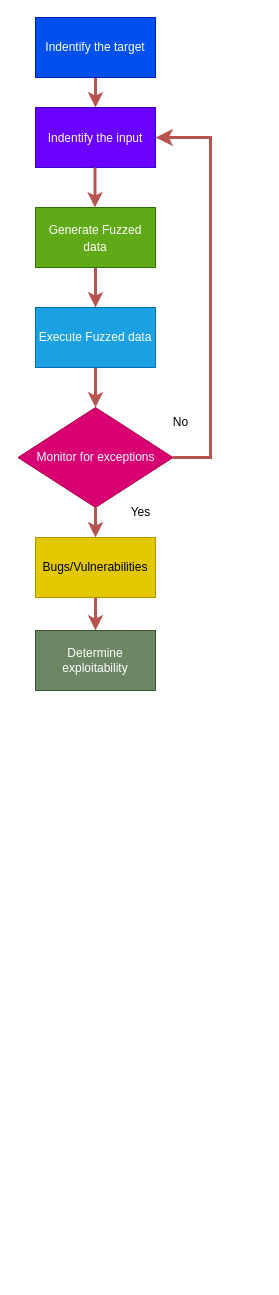
Before: drawio/fuzzy_testing_phases.drawio in 007bsd/metropolia-thesis-latex, a draw.io diagram. Source tidied: cells renumbered, new cells numbered last; positions are measured from the earlier drawing's top-left corner, leaving out a move shared by most shapes. Both pictures are drawn from the tidied source at 100%, with x=0, y=0 at pixel (17, 17).
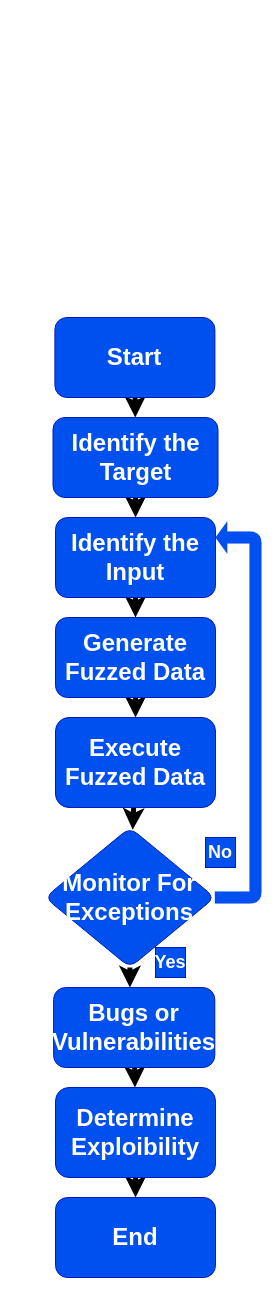
The same diagram, later.

The edit, as a diff of the source:
```diff
@@
-<mxGraphModel background="#ffffff">
+<mxGraphModel>
@@
-    <mxCell id="2" style="edgeStyle=none;html=1;strokeWidth=3;fontSize=12;fillColor=#f8cecc;gradientColor=#ea6b66;strokeColor=#b85450;" parent="1" edge="1" source="3" target="4">
-      <mxGeometry relative="1" as="geometry" />
-    </mxCell>
+    <mxCell id="4" style="edgeStyle=none;html=1;fontSize=18;strokeWidth=5;" parent="1" edge="1" source="18" target="3">
+      <mxGeometry relative="1" as="geometry" />
+    </mxCell>
+    <mxCell id="18" value="&lt;font style=&quot;font-size: 24px;&quot;&gt;&lt;b style=&quot;&quot;&gt;Start&lt;/b&gt;&lt;/font&gt;" style="rounded=1;whiteSpace=wrap;html=1;fillColor=#0050ef;fontColor=#ffffff;strokeColor=#001DBC;" parent="1" vertex="1">
+      <mxGeometry x="37.4" y="300" width="160" height="80" as="geometry" />
+    </mxCell>
+    <mxCell id="19" style="edgeStyle=none;html=1;strokeWidth=5;fontSize=18;" parent="1" edge="1" source="3" target="21">
+      <mxGeometry relative="1" as="geometry" />
+    </mxCell>
-    <mxCell id="3" value="&lt;p&gt;&lt;font style=&quot;font-size: 12px;&quot;&gt;Indentify the target&lt;/font&gt;&lt;/p&gt;" style="rounded=0;whiteSpace=wrap;html=1;fillColor=#0050ef;fontColor=#ffffff;strokeColor=#001DBC;" parent="1" vertex="1">
-      <mxGeometry x="18" width="120" height="60" as="geometry" />
+    <mxCell id="3" value="&lt;font style=&quot;font-size: 24px;&quot;&gt;&lt;b style=&quot;&quot;&gt;Identify the Target&lt;/b&gt;&lt;/font&gt;" style="whiteSpace=wrap;html=1;fillColor=#0050ef;strokeColor=#001DBC;fontColor=#ffffff;rounded=1;" parent="1" vertex="1">
+      <mxGeometry x="35.5" y="400" width="165" height="80" as="geometry" />
     </mxCell>
-    <mxCell id="4" value="&lt;h3&gt;&lt;span style=&quot;font-size: 12px; font-weight: 400;&quot;&gt;Indentify the input&lt;/span&gt;&lt;br&gt;&lt;/h3&gt;" style="rounded=0;whiteSpace=wrap;html=1;fillColor=#6a00ff;fontColor=#ffffff;strokeColor=#3700CC;" parent="1" vertex="1">
-      <mxGeometry x="18" y="90" width="120" height="60" as="geometry" />
-    </mxCell>
-    <mxCell id="5" style="edgeStyle=none;html=1;strokeWidth=3;fontSize=12;fillColor=#f8cecc;gradientColor=#ea6b66;strokeColor=#b85450;" parent="1" edge="1" source="6" target="9">
-      <mxGeometry relative="1" as="geometry">
-        <Array as="points">
-          <mxPoint x="78" y="268" />
-        </Array>
-      </mxGeometry>
-    </mxCell>
+    <mxCell id="20" style="edgeStyle=none;html=1;strokeWidth=5;fontSize=18;" parent="1" edge="1" source="21" target="23">
+      <mxGeometry relative="1" as="geometry" />
+    </mxCell>
+    <mxCell id="21" value="&lt;font style=&quot;font-size: 24px;&quot;&gt;&lt;b style=&quot;&quot;&gt;Identify the Input&lt;/b&gt;&lt;/font&gt;" style="whiteSpace=wrap;html=1;fillColor=#0050ef;strokeColor=#001DBC;fontColor=#ffffff;rounded=1;fontSize=18;" parent="1" vertex="1">
+      <mxGeometry x="38" y="500" width="160" height="80" as="geometry" />
+    </mxCell>
+    <mxCell id="22" style="edgeStyle=none;html=1;strokeWidth=5;fontSize=18;" parent="1" edge="1" source="23" target="25">
+      <mxGeometry relative="1" as="geometry" />
+    </mxCell>
+    <mxCell id="23" value="&lt;b&gt;&lt;font style=&quot;font-size: 24px;&quot;&gt;Generate Fuzzed Data&lt;/font&gt;&lt;/b&gt;" style="whiteSpace=wrap;html=1;fontSize=18;fillColor=#0050ef;strokeColor=#001DBC;fontColor=#ffffff;rounded=1;" parent="1" vertex="1">
+      <mxGeometry x="38" y="600" width="160" height="80" as="geometry" />
+    </mxCell>
+    <mxCell id="24" style="edgeStyle=none;html=1;strokeWidth=5;fontSize=18;" parent="1" edge="1" source="25" target="6">
+      <mxGeometry relative="1" as="geometry" />
+    </mxCell>
+    <mxCell id="25" value="&lt;b&gt;&lt;font style=&quot;font-size: 24px;&quot;&gt;Execute Fuzzed Data&lt;/font&gt;&lt;/b&gt;" style="whiteSpace=wrap;html=1;fontSize=18;fillColor=#0050ef;strokeColor=#001DBC;fontColor=#ffffff;rounded=1;" parent="1" vertex="1">
+      <mxGeometry x="38" y="700" width="160" height="90" as="geometry" />
+    </mxCell>
+    <mxCell id="12" style="edgeStyle=elbowEdgeStyle;shape=flexArrow;elbow=vertical;html=1;exitX=1;exitY=0.5;exitDx=0;exitDy=0;strokeWidth=0;fontSize=18;entryX=1;entryY=0.25;entryDx=0;entryDy=0;fillColor=#0050ef;strokeColor=#001DBC;width=12;endSize=3.9;" parent="1" edge="1" source="6" target="21">
+      <mxGeometry relative="1" as="geometry">
+        <Array as="points">
+          <mxPoint x="238" y="520" />
+          <mxPoint x="238" y="530" />
+          <mxPoint x="248" y="610" />
+          <mxPoint x="208" y="520" />
+          <mxPoint x="238" y="830" />
+          <mxPoint x="328" y="660" />
+        </Array>
+      </mxGeometry>
+    </mxCell>
+    <mxCell id="26" style="edgeStyle=elbowEdgeStyle;elbow=vertical;html=1;strokeWidth=5;fontSize=18;" parent="1" edge="1" source="6" target="16">
+      <mxGeometry relative="1" as="geometry">
+        <Array as="points">
+          <mxPoint x="123" y="910" />
+        </Array>
+      </mxGeometry>
+    </mxCell>
-    <mxCell id="6" value="&lt;h3&gt;&lt;span style=&quot;font-size: 12px; font-weight: 400;&quot;&gt;Generate Fuzzed data&lt;/span&gt;&lt;br&gt;&lt;/h3&gt;" style="rounded=0;whiteSpace=wrap;html=1;fillColor=#60a917;fontColor=#ffffff;strokeColor=#2D7600;" parent="1" vertex="1">
-      <mxGeometry x="18" y="190" width="120" height="60" as="geometry" />
+    <mxCell id="6" value="&lt;b&gt;&lt;font style=&quot;font-size: 24px;&quot;&gt;Monitor For Exceptions&lt;/font&gt;&lt;/b&gt;" style="rhombus;whiteSpace=wrap;html=1;fontSize=18;fillColor=#0050ef;strokeColor=#001DBC;fontColor=#ffffff;rounded=1;" parent="1" vertex="1">
+      <mxGeometry x="27.4" y="810" width="170" height="140" as="geometry" />
     </mxCell>
-    <mxCell id="7" style="edgeStyle=none;html=1;strokeWidth=3;fontSize=12;fillColor=#f8cecc;gradientColor=#ea6b66;strokeColor=#b85450;" parent="1" edge="1">
-      <mxGeometry relative="1" as="geometry">
-        <mxPoint x="77.5" y="150" as="sourcePoint" />
-        <mxPoint x="77.5" y="190" as="targetPoint" />
-      </mxGeometry>
-    </mxCell>
-    <mxCell id="8" style="edgeStyle=none;html=1;strokeWidth=3;fontSize=12;fillColor=#f8cecc;gradientColor=#ea6b66;strokeColor=#b85450;" parent="1" edge="1" source="9">
-      <mxGeometry relative="1" as="geometry">
-        <mxPoint x="78" y="390" as="targetPoint" />
-      </mxGeometry>
-    </mxCell>
-    <mxCell id="9" value="Execute Fuzzed data" style="whiteSpace=wrap;html=1;rounded=0;fillColor=#1ba1e2;fontColor=#ffffff;strokeColor=#006EAF;" parent="1" vertex="1">
-      <mxGeometry x="18" y="290" width="120" height="60" as="geometry" />
-    </mxCell>
-    <mxCell id="10" style="edgeStyle=none;html=1;strokeWidth=3;fontSize=12;fillColor=#f8cecc;gradientColor=#ea6b66;strokeColor=#b85450;" parent="1" edge="1" source="11" target="13">
-      <mxGeometry relative="1" as="geometry" />
-    </mxCell>
-    <mxCell id="11" value="Monitor for exceptions" style="rhombus;whiteSpace=wrap;html=1;rounded=0;fillColor=#d80073;fontColor=#ffffff;strokeColor=#A50040;" parent="1" vertex="1">
-      <mxGeometry x="0.5" y="390" width="155" height="100" as="geometry" />
-    </mxCell>
-    <mxCell id="12" style="edgeStyle=none;html=1;strokeWidth=3;fontSize=12;fillColor=#f8cecc;gradientColor=#ea6b66;strokeColor=#b85450;" parent="1" edge="1" source="13" target="14">
-      <mxGeometry relative="1" as="geometry" />
-    </mxCell>
-    <mxCell id="13" value="Bugs/Vulnerabilities" style="whiteSpace=wrap;html=1;rounded=0;fontSize=12;fillColor=#e3c800;fontColor=#000000;strokeColor=#B09500;" parent="1" vertex="1">
-      <mxGeometry x="18" y="520" width="120" height="60" as="geometry" />
-    </mxCell>
-    <mxCell id="14" value="Determine exploitability" style="whiteSpace=wrap;html=1;rounded=0;fillColor=#6d8764;fontColor=#ffffff;strokeColor=#3A5431;" parent="1" vertex="1">
-      <mxGeometry x="18" y="613" width="120" height="60" as="geometry" />
-    </mxCell>
-    <mxCell id="15" value="Yes" style="text;html=1;align=center;verticalAlign=middle;strokeColor=none;fillColor=none;fontSize=12;" parent="1" vertex="1">
-      <mxGeometry x="103" y="480" width="40" height="30" as="geometry" />
+    <mxCell id="15" value="&lt;b&gt;Yes&lt;/b&gt;" style="whiteSpace=wrap;html=1;fontSize=18;fillColor=#0050ef;fontColor=#ffffff;strokeColor=#001DBC;" parent="1" vertex="1">
+      <mxGeometry x="138" y="930" width="30" height="30" as="geometry" />
     </mxCell>
+    <mxCell id="17" value="&lt;b&gt;No&lt;/b&gt;" style="whiteSpace=wrap;html=1;fontSize=18;fillColor=#0050ef;fontColor=#ffffff;strokeColor=#001DBC;" parent="1" vertex="1">
+      <mxGeometry x="188" y="820" width="30" height="30" as="geometry" />
+    </mxCell>
+    <mxCell id="27" style="edgeStyle=none;html=1;strokeWidth=5;" parent="1" edge="1" source="16" target="29">
+      <mxGeometry relative="1" as="geometry" />
+    </mxCell>
-    <mxCell id="16" style="edgeStyle=elbowEdgeStyle;elbow=horizontal;endArrow=classic;html=1;curved=0;rounded=0;endSize=8;startSize=8;strokeWidth=3;fontSize=12;exitX=1;exitY=0.5;exitDx=0;exitDy=0;fillColor=#f8cecc;gradientColor=#ea6b66;strokeColor=#b85450;" parent="1" edge="1" source="11" target="4">
-      <mxGeometry relative="1" as="geometry">
-        <Array as="points">
-          <mxPoint x="193" y="443" />
-          <mxPoint x="218" y="441" />
-          <mxPoint x="218" y="270" />
-        </Array>
-      </mxGeometry>
+    <mxCell id="16" value="&lt;b&gt;&lt;font style=&quot;font-size: 24px;&quot;&gt;Bugs or Vulnerabilities&lt;/font&gt;&lt;/b&gt;" style="whiteSpace=wrap;html=1;fontSize=18;fillColor=#0050ef;strokeColor=#001DBC;fontColor=#ffffff;rounded=1;" parent="1" vertex="1">
+      <mxGeometry x="36.1" y="970" width="161.2" height="80" as="geometry" />
     </mxCell>
-    <mxCell id="17" value="No" style="text;html=1;align=center;verticalAlign=middle;strokeColor=none;fillColor=none;fontSize=12;" parent="1" vertex="1">
-      <mxGeometry x="143" y="390" width="40" height="30" as="geometry" />
-    </mxCell>
+    <mxCell id="28" style="edgeStyle=none;html=1;strokeWidth=5;fontSize=24;" parent="1" edge="1" source="29" target="30">
+      <mxGeometry relative="1" as="geometry" />
+    </mxCell>
+    <mxCell id="29" value="&lt;b&gt;&lt;font style=&quot;font-size: 24px;&quot;&gt;Determine Exploibility&lt;/font&gt;&lt;/b&gt;" style="whiteSpace=wrap;html=1;fontSize=18;fillColor=#0050ef;strokeColor=#001DBC;fontColor=#ffffff;rounded=1;" parent="1" vertex="1">
+      <mxGeometry x="38" y="1070" width="160" height="90" as="geometry" />
+    </mxCell>
+    <mxCell id="30" value="&lt;font style=&quot;font-size: 24px;&quot;&gt;&lt;b style=&quot;&quot;&gt;End&lt;/b&gt;&lt;/font&gt;" style="whiteSpace=wrap;html=1;fontSize=18;fillColor=#0050ef;strokeColor=#001DBC;fontColor=#ffffff;rounded=1;" parent="1" vertex="1">
+      <mxGeometry x="38" y="1180" width="160" height="80" as="geometry" />
+    </mxCell>
```
